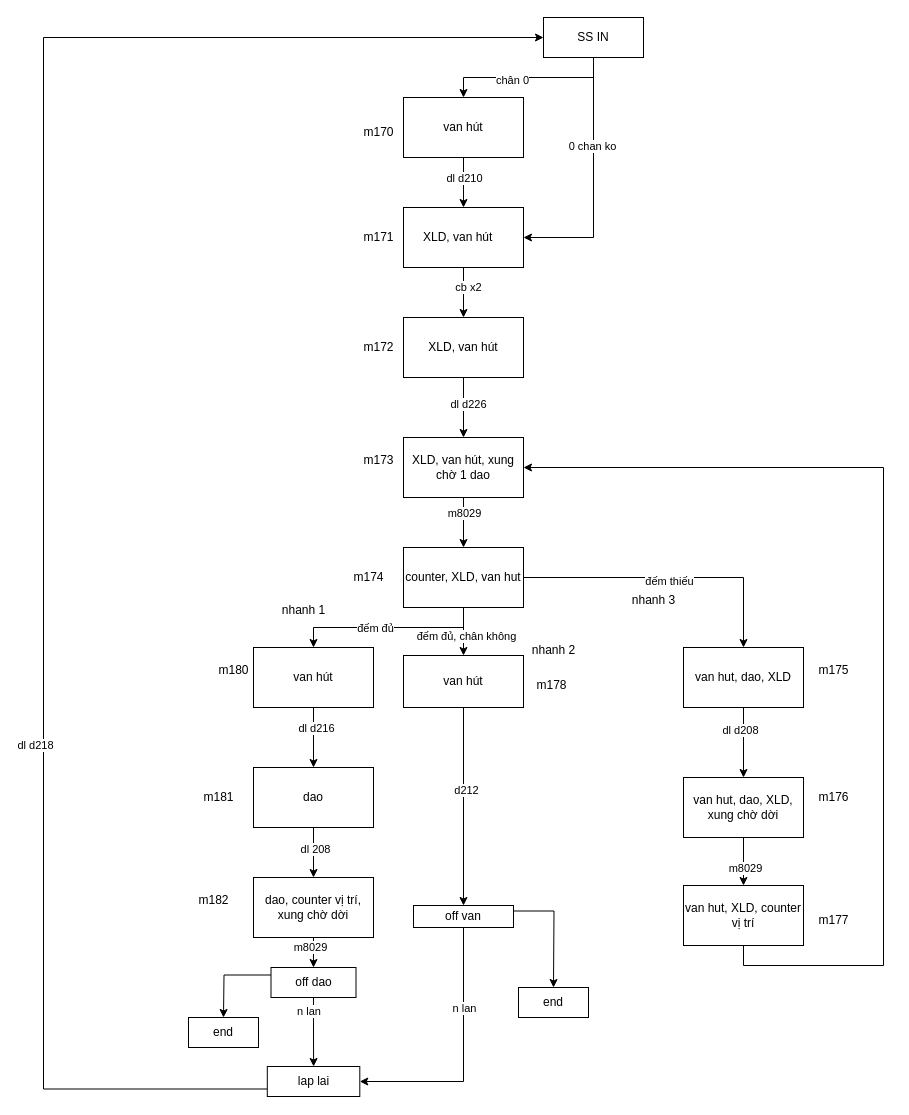
This is 1 dao.drawio from robowindgit/a0-quyencun, a draw.io file, before an edit. Source tidied: cells renumbered, new cells numbered last; positions are measured from the earlier drawing's top-left corner, leaving out a move shared by most shapes. Both pictures are drawn from the tidied source at 100%, with x=0, y=0 at pixel (43, 17).
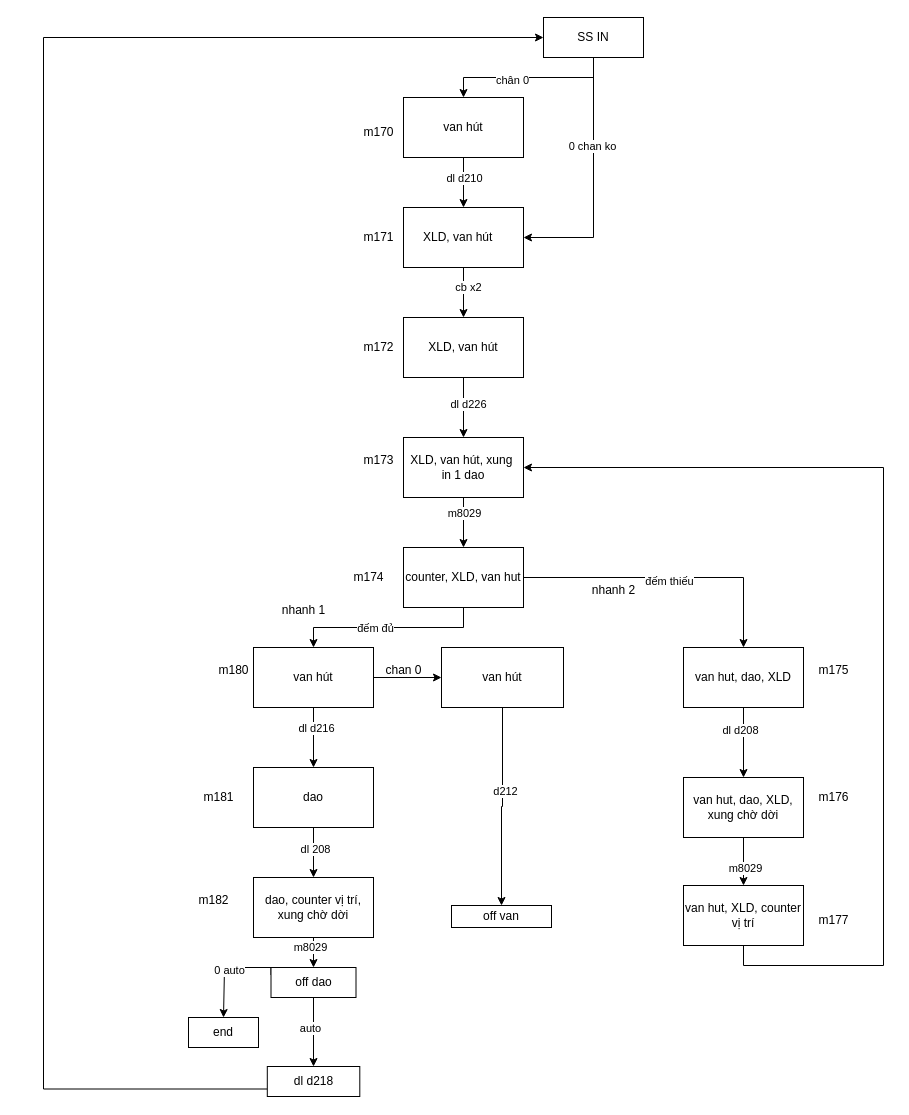
Above is the later version.

Unchanged cells that the change refers to:
```xml
<mxCell id="29" value="counter, XLD, van hut" style="whiteSpace=wrap;html=1;" parent="1" vertex="1">
  <mxGeometry x="360" y="530" width="120" height="60" as="geometry" />
</mxCell>
<mxCell id="33" value="van hút" style="whiteSpace=wrap;html=1;" parent="1" vertex="1">
  <mxGeometry x="210" y="630" width="120" height="60" as="geometry" />
</mxCell>
<mxCell id="46" value="off dao" style="whiteSpace=wrap;html=1;" parent="1" vertex="1">
  <mxGeometry x="227.5" y="950" width="85" height="30" as="geometry" />
</mxCell>
<mxCell id="69" style="edgeStyle=orthogonalEdgeStyle;rounded=0;jettySize=auto;html=1;exitX=0;exitY=0.75;exitDx=0;exitDy=0;entryX=0;entryY=0.5;entryDx=0;entryDy=0;" parent="1" edge="1" source="71" target="6">
  <mxGeometry relative="1" as="geometry">
    <Array as="points">
      <mxPoint y="1072" />
      <mxPoint y="20" />
    </Array>
  </mxGeometry>
</mxCell>
```

The edit, as a diff of the source:
```diff
@@
-    <mxCell id="21" value="XLD, van hút, xung chờ 1 dao" style="whiteSpace=wrap;html=1;" parent="1" vertex="1">
+    <mxCell id="21" value="XLD, van hút, xung&amp;nbsp; in 1 dao" style="whiteSpace=wrap;html=1;" parent="1" vertex="1">
       <mxGeometry x="360" y="420" width="120" height="60" as="geometry" />
     </mxCell>
@@
-    <mxCell id="25" style="edgeStyle=orthogonalEdgeStyle;rounded=0;jettySize=auto;html=1;exitX=0.5;exitY=1;exitDx=0;exitDy=0;" parent="1" edge="1" source="29" target="49">
-      <mxGeometry relative="1" as="geometry" />
-    </mxCell>
-    <mxCell id="26" value="đếm đủ, chân không" style="edgeLabel;html=1;align=center;verticalAlign=middle;" parent="25" vertex="1">
-      <mxGeometry x="0.16" y="2" relative="1" as="geometry" />
-    </mxCell>
@@
+    <mxCell id="74" style="edgeStyle=orthogonalEdgeStyle;rounded=0;jettySize=auto;html=1;exitX=1;exitY=0.5;exitDx=0;exitDy=0;entryX=0;entryY=0.5;entryDx=0;entryDy=0;" parent="1" edge="1" source="33" target="49">
+      <mxGeometry relative="1" as="geometry" />
+    </mxCell>
@@
     <mxCell id="43" style="edgeStyle=orthogonalEdgeStyle;rounded=0;jettySize=auto;html=1;exitX=0.5;exitY=1;exitDx=0;exitDy=0;" parent="1" edge="1" source="46" target="71">
-      <mxGeometry relative="1" as="geometry" />
+      <mxGeometry relative="1" as="geometry">
+        <Array as="points">
+          <mxPoint x="270" y="1010" />
+          <mxPoint x="270" y="1010" />
+        </Array>
+      </mxGeometry>
     </mxCell>
-    <mxCell id="44" value="n lan&amp;nbsp;" style="edgeLabel;html=1;align=center;verticalAlign=middle;" parent="43" vertex="1">
-      <mxGeometry x="-0.61" y="-4" relative="1" as="geometry" />
-    </mxCell>
+    <mxCell id="75" value="auto" style="edgeLabel;html=1;align=center;verticalAlign=middle;" parent="43" vertex="1">
+      <mxGeometry x="-0.14" y="-4" relative="1" as="geometry" />
+    </mxCell>
     <mxCell id="45" style="edgeStyle=orthogonalEdgeStyle;rounded=0;jettySize=auto;html=1;exitX=0;exitY=0.25;exitDx=0;exitDy=0;" parent="1" edge="1" source="46">
       <mxGeometry relative="1" as="geometry">
         <mxPoint x="180" y="1000" as="targetPoint" />
+        <Array as="points">
+          <mxPoint x="228" y="950" />
+          <mxPoint x="181" y="950" />
+        </Array>
       </mxGeometry>
     </mxCell>
+    <mxCell id="76" value="0 auto" style="edgeLabel;html=1;align=center;verticalAlign=middle;" parent="45" vertex="1">
+      <mxGeometry x="-0.04" y="2" relative="1" as="geometry" />
+    </mxCell>
@@
     <mxCell id="49" value="van hút" style="whiteSpace=wrap;html=1;" parent="1" vertex="1">
-      <mxGeometry x="360" y="638" width="120" height="52" as="geometry" />
+      <mxGeometry x="398" y="630" width="122" height="60" as="geometry" />
     </mxCell>
-    <mxCell id="50" value="m178" style="text;html=1;align=center;verticalAlign=middle;strokeColor=none;fillColor=none;" parent="1" vertex="1">
-      <mxGeometry x="483" y="653" width="50" height="30" as="geometry" />
-    </mxCell>
@@
-    <mxCell id="62" value="nhanh 3" style="text;html=1;align=center;verticalAlign=middle;strokeColor=none;fillColor=none;" parent="1" vertex="1">
-      <mxGeometry x="575" y="568" width="70" height="30" as="geometry" />
-    </mxCell>
-    <mxCell id="63" value="nhanh 2" style="text;html=1;align=center;verticalAlign=middle;strokeColor=none;fillColor=none;" parent="1" vertex="1">
-      <mxGeometry x="475" y="618" width="70" height="30" as="geometry" />
-    </mxCell>
@@
-    <mxCell id="65" style="edgeStyle=orthogonalEdgeStyle;rounded=0;jettySize=auto;html=1;exitX=0.5;exitY=1;exitDx=0;exitDy=0;entryX=1;entryY=0.5;entryDx=0;entryDy=0;" parent="1" edge="1" source="68" target="71">
-      <mxGeometry relative="1" as="geometry" />
-    </mxCell>
-    <mxCell id="66" value="n lan" style="edgeLabel;html=1;align=center;verticalAlign=middle;" parent="65" vertex="1">
-      <mxGeometry x="-0.38" relative="1" as="geometry" />
-    </mxCell>
-    <mxCell id="67" style="edgeStyle=orthogonalEdgeStyle;rounded=0;jettySize=auto;html=1;exitX=1;exitY=0.25;exitDx=0;exitDy=0;" parent="1" edge="1" source="68">
-      <mxGeometry relative="1" as="geometry">
-        <mxPoint x="510" y="970" as="targetPoint" />
-      </mxGeometry>
-    </mxCell>
     <mxCell id="68" value="off van" style="whiteSpace=wrap;html=1;" parent="1" vertex="1">
-      <mxGeometry x="370" y="888" width="100" height="22" as="geometry" />
+      <mxGeometry x="408" y="888" width="100" height="22" as="geometry" />
     </mxCell>
@@
-    <mxCell id="70" value="dl d218&lt;br&gt;" style="edgeLabel;html=1;align=center;verticalAlign=middle;" parent="69" vertex="1">
-      <mxGeometry x="-0.36" y="9" relative="1" as="geometry" />
-    </mxCell>
-    <mxCell id="71" value="lap lai" style="whiteSpace=wrap;html=1;" parent="1" vertex="1">
+    <mxCell id="71" value="dl d218" style="whiteSpace=wrap;html=1;" parent="1" vertex="1">
       <mxGeometry x="223.8" y="1049" width="92.5" height="30" as="geometry" />
     </mxCell>
-    <mxCell id="72" value="end" style="whiteSpace=wrap;html=1;" parent="1" vertex="1">
-      <mxGeometry x="475" y="970" width="70" height="30" as="geometry" />
-    </mxCell>
@@
+    <mxCell id="77" value="chan 0" style="text;html=1;align=center;verticalAlign=middle;strokeColor=none;fillColor=none;" parent="1" vertex="1">
+      <mxGeometry x="330" y="638" width="60" height="30" as="geometry" />
+    </mxCell>
+    <mxCell id="63" value="nhanh 2" style="text;html=1;align=center;verticalAlign=middle;strokeColor=none;fillColor=none;" parent="1" vertex="1">
+      <mxGeometry x="535" y="558" width="70" height="30" as="geometry" />
+    </mxCell>
```
